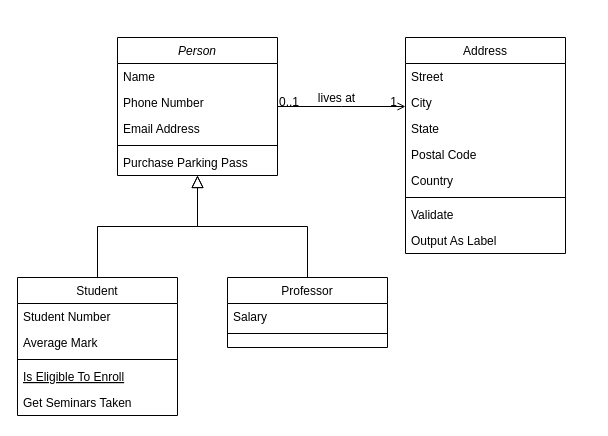
Above: Garage Diagram.drawio in panhaoeun/amp.dev (draw.io), before the change. Source tidied: cells renumbered, new cells numbered last; positions are measured from the earlier drawing's top-left corner, leaving out a move shared by most shapes. Both pictures are drawn from the tidied source at 100%, with x=0, y=0 at pixel (17, 37).
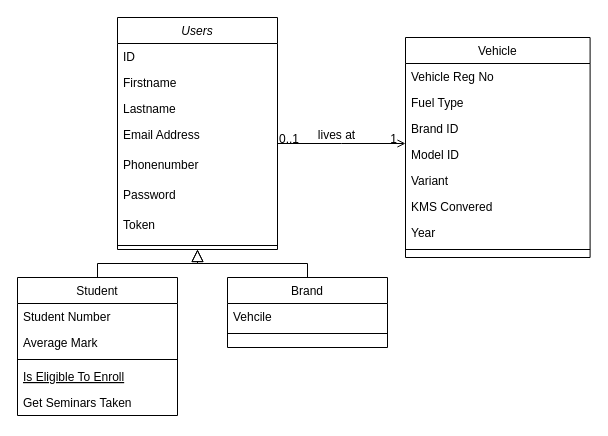
The same page after the edit.

Change to the diagram source:
```diff
@@
-    <mxCell id="2" value="Person" style="swimlane;fontStyle=2;align=center;verticalAlign=top;horizontal=1;startSize=26;rounded=0;shadow=0;strokeWidth=1;" parent="1" vertex="1">
-      <mxGeometry x="100" width="160" height="138" as="geometry" />
+    <mxCell id="2" value="Users" style="swimlane;fontStyle=2;align=center;verticalAlign=top;horizontal=1;startSize=26;rounded=0;shadow=0;strokeWidth=1;" parent="1" vertex="1">
+      <mxGeometry x="100" y="-20" width="160" height="232" as="geometry" />
     </mxCell>
-    <mxCell id="3" value="Name" style="text;align=left;verticalAlign=top;spacingLeft=4;spacingRight=4;overflow=hidden;" parent="2" vertex="1">
+    <mxCell id="3" value="ID" style="text;align=left;verticalAlign=top;spacingLeft=4;spacingRight=4;overflow=hidden;" parent="2" vertex="1">
       <mxGeometry y="26" width="160" height="26" as="geometry" />
     </mxCell>
-    <mxCell id="4" value="Phone Number" style="text;align=left;verticalAlign=top;spacingLeft=4;spacingRight=4;overflow=hidden;rounded=0;shadow=0;html=0;" parent="2" vertex="1">
+    <mxCell id="4" value="Firstname" style="text;align=left;verticalAlign=top;spacingLeft=4;spacingRight=4;overflow=hidden;rounded=0;shadow=0;html=0;" parent="2" vertex="1">
       <mxGeometry y="52" width="160" height="26" as="geometry" />
     </mxCell>
-    <mxCell id="5" value="Email Address" style="text;align=left;verticalAlign=top;spacingLeft=4;spacingRight=4;overflow=hidden;rounded=0;shadow=0;html=0;" parent="2" vertex="1">
+    <mxCell id="5" value="Lastname" style="text;align=left;verticalAlign=top;spacingLeft=4;spacingRight=4;overflow=hidden;rounded=0;shadow=0;html=0;" parent="2" vertex="1">
       <mxGeometry y="78" width="160" height="26" as="geometry" />
     </mxCell>
+    <mxCell id="32" value="Email Address" style="text;align=left;verticalAlign=top;spacingLeft=4;spacingRight=4;overflow=hidden;rounded=0;shadow=0;html=0;" parent="2" vertex="1">
+      <mxGeometry y="104" width="160" height="30" as="geometry" />
+    </mxCell>
+    <mxCell id="33" value="Phonenumber" style="text;align=left;verticalAlign=top;spacingLeft=4;spacingRight=4;overflow=hidden;rounded=0;shadow=0;html=0;" parent="2" vertex="1">
+      <mxGeometry y="134" width="160" height="30" as="geometry" />
+    </mxCell>
+    <mxCell id="34" value="Password" style="text;align=left;verticalAlign=top;spacingLeft=4;spacingRight=4;overflow=hidden;rounded=0;shadow=0;html=0;" parent="2" vertex="1">
+      <mxGeometry y="164" width="160" height="30" as="geometry" />
+    </mxCell>
+    <mxCell id="35" value="Token" style="text;align=left;verticalAlign=top;spacingLeft=4;spacingRight=4;overflow=hidden;rounded=0;shadow=0;html=0;" parent="2" vertex="1">
+      <mxGeometry y="194" width="160" height="30" as="geometry" />
+    </mxCell>
     <mxCell id="6" style="line;html=1;strokeWidth=1;align=left;verticalAlign=middle;spacingTop=-1;spacingLeft=3;spacingRight=3;labelPosition=right;" parent="2" vertex="1">
-      <mxGeometry y="104" width="160" height="8" as="geometry" />
+      <mxGeometry y="224" width="160" height="8" as="geometry" />
     </mxCell>
-    <mxCell id="7" value="Purchase Parking Pass" style="text;align=left;verticalAlign=top;spacingLeft=4;spacingRight=4;overflow=hidden;" parent="2" vertex="1">
-      <mxGeometry y="112" width="160" height="26" as="geometry" />
-    </mxCell>
@@
-    <mxCell id="15" value="Professor" style="swimlane;fontStyle=0;align=center;verticalAlign=top;horizontal=1;startSize=26;rounded=0;shadow=0;strokeWidth=1;" parent="1" vertex="1">
+    <mxCell id="15" value="Brand" style="swimlane;fontStyle=0;align=center;verticalAlign=top;horizontal=1;startSize=26;rounded=0;shadow=0;strokeWidth=1;" parent="1" vertex="1">
       <mxGeometry x="210" y="240" width="160" height="70" as="geometry" />
     </mxCell>
-    <mxCell id="16" value="Salary" style="text;align=left;verticalAlign=top;spacingLeft=4;spacingRight=4;overflow=hidden;" parent="15" vertex="1">
+    <mxCell id="16" value="Vehcile" style="text;align=left;verticalAlign=top;spacingLeft=4;spacingRight=4;overflow=hidden;" parent="15" vertex="1">
       <mxGeometry y="26" width="160" height="26" as="geometry" />
     </mxCell>
@@
-    <mxCell id="19" value="Address" style="swimlane;fontStyle=0;align=center;verticalAlign=top;horizontal=1;startSize=26;rounded=0;shadow=0;strokeWidth=1;" parent="1" vertex="1">
-      <mxGeometry x="388" width="160" height="216" as="geometry" />
+    <mxCell id="19" value="Vehicle" style="swimlane;fontStyle=0;align=center;verticalAlign=top;horizontal=1;startSize=26;rounded=0;shadow=0;strokeWidth=1;" parent="1" vertex="1">
+      <mxGeometry x="388" width="184.6" height="220" as="geometry" />
     </mxCell>
-    <mxCell id="20" value="Street" style="text;align=left;verticalAlign=top;spacingLeft=4;spacingRight=4;overflow=hidden;" parent="19" vertex="1">
-      <mxGeometry y="26" width="160" height="26" as="geometry" />
+    <mxCell id="20" value="Vehicle Reg No" style="text;align=left;verticalAlign=top;spacingLeft=4;spacingRight=4;overflow=hidden;" parent="19" vertex="1">
+      <mxGeometry y="26" width="184.6" height="26" as="geometry" />
     </mxCell>
-    <mxCell id="21" value="City" style="text;align=left;verticalAlign=top;spacingLeft=4;spacingRight=4;overflow=hidden;rounded=0;shadow=0;html=0;" parent="19" vertex="1">
-      <mxGeometry y="52" width="160" height="26" as="geometry" />
+    <mxCell id="21" value="Fuel Type" style="text;align=left;verticalAlign=top;spacingLeft=4;spacingRight=4;overflow=hidden;rounded=0;shadow=0;html=0;" parent="19" vertex="1">
+      <mxGeometry y="52" width="184.6" height="26" as="geometry" />
     </mxCell>
-    <mxCell id="22" value="State" style="text;align=left;verticalAlign=top;spacingLeft=4;spacingRight=4;overflow=hidden;rounded=0;shadow=0;html=0;" parent="19" vertex="1">
-      <mxGeometry y="78" width="160" height="26" as="geometry" />
+    <mxCell id="22" value="Brand ID" style="text;align=left;verticalAlign=top;spacingLeft=4;spacingRight=4;overflow=hidden;rounded=0;shadow=0;html=0;" parent="19" vertex="1">
+      <mxGeometry y="78" width="184.6" height="26" as="geometry" />
     </mxCell>
-    <mxCell id="23" value="Postal Code" style="text;align=left;verticalAlign=top;spacingLeft=4;spacingRight=4;overflow=hidden;rounded=0;shadow=0;html=0;" parent="19" vertex="1">
-      <mxGeometry y="104" width="160" height="26" as="geometry" />
+    <mxCell id="23" value="Model ID" style="text;align=left;verticalAlign=top;spacingLeft=4;spacingRight=4;overflow=hidden;rounded=0;shadow=0;html=0;" parent="19" vertex="1">
+      <mxGeometry y="104" width="184.6" height="26" as="geometry" />
     </mxCell>
-    <mxCell id="24" value="Country" style="text;align=left;verticalAlign=top;spacingLeft=4;spacingRight=4;overflow=hidden;rounded=0;shadow=0;html=0;" parent="19" vertex="1">
-      <mxGeometry y="130" width="160" height="26" as="geometry" />
+    <mxCell id="24" value="Variant" style="text;align=left;verticalAlign=top;spacingLeft=4;spacingRight=4;overflow=hidden;rounded=0;shadow=0;html=0;" parent="19" vertex="1">
+      <mxGeometry y="130" width="184.6" height="26" as="geometry" />
     </mxCell>
+    <mxCell id="36" value="KMS Convered" style="text;align=left;verticalAlign=top;spacingLeft=4;spacingRight=4;overflow=hidden;rounded=0;shadow=0;html=0;" parent="19" vertex="1">
+      <mxGeometry y="156" width="184.6" height="26" as="geometry" />
+    </mxCell>
+    <mxCell id="37" value="Year" style="text;align=left;verticalAlign=top;spacingLeft=4;spacingRight=4;overflow=hidden;rounded=0;shadow=0;html=0;" parent="19" vertex="1">
+      <mxGeometry y="182" width="184.6" height="26" as="geometry" />
+    </mxCell>
     <mxCell id="25" style="line;html=1;strokeWidth=1;align=left;verticalAlign=middle;spacingTop=-1;spacingLeft=3;spacingRight=3;labelPosition=right;" parent="19" vertex="1">
-      <mxGeometry y="156" width="160" height="8" as="geometry" />
+      <mxGeometry y="208" width="184.6" height="8" as="geometry" />
     </mxCell>
-    <mxCell id="26" value="Validate" style="text;align=left;verticalAlign=top;spacingLeft=4;spacingRight=4;overflow=hidden;" parent="19" vertex="1">
-      <mxGeometry y="164" width="160" height="26" as="geometry" />
-    </mxCell>
-    <mxCell id="27" value="Output As Label" style="text;align=left;verticalAlign=top;spacingLeft=4;spacingRight=4;overflow=hidden;" parent="19" vertex="1">
-      <mxGeometry y="190" width="160" height="26" as="geometry" />
-    </mxCell>
```
